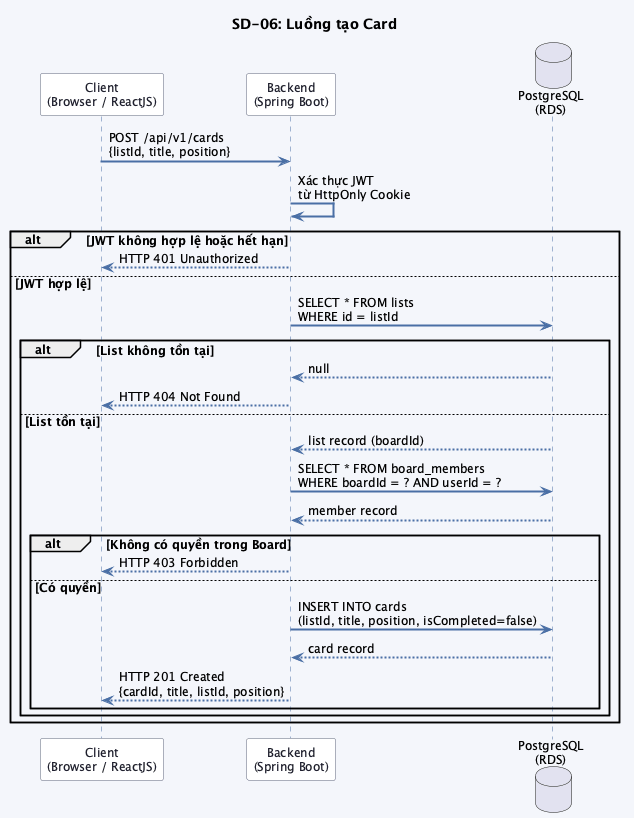
trongnhan34vn/trello-report keeps this PlantUML diagram as src/images/chap3/sequence_sd06.png. Above is the earlier version.
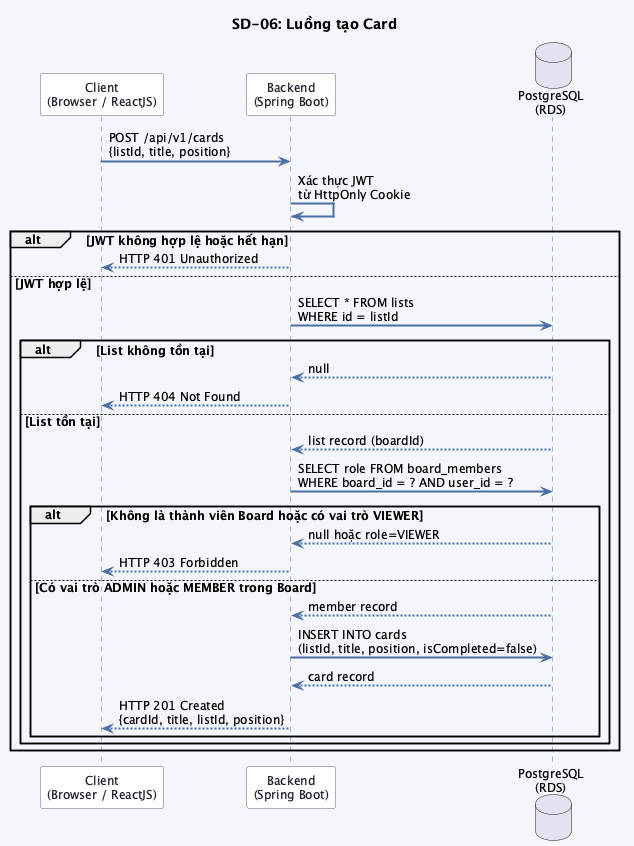
Later version of the same file.

The edit, as a diff of the source:
```diff
@@ -35,12 +35,13 @@
     else List tồn tại
         DB --> BACKEND : list record (boardId)
 
-        BACKEND -> DB : SELECT * FROM board_members\nWHERE boardId = ? AND userId = ?
-        DB --> BACKEND : member record
+        BACKEND -> DB : SELECT role FROM board_members\nWHERE board_id = ? AND user_id = ?
 
-        alt Không có quyền trong Board
+        alt Không là thành viên Board hoặc có vai trò VIEWER
+            DB --> BACKEND : null hoặc role=VIEWER
             BACKEND --> CLIENT : HTTP 403 Forbidden
-        else Có quyền
+        else Có vai trò ADMIN hoặc MEMBER trong Board
+            DB --> BACKEND : member record
             BACKEND -> DB : INSERT INTO cards\n(listId, title, position, isCompleted=false)
             DB --> BACKEND : card record
 
```
